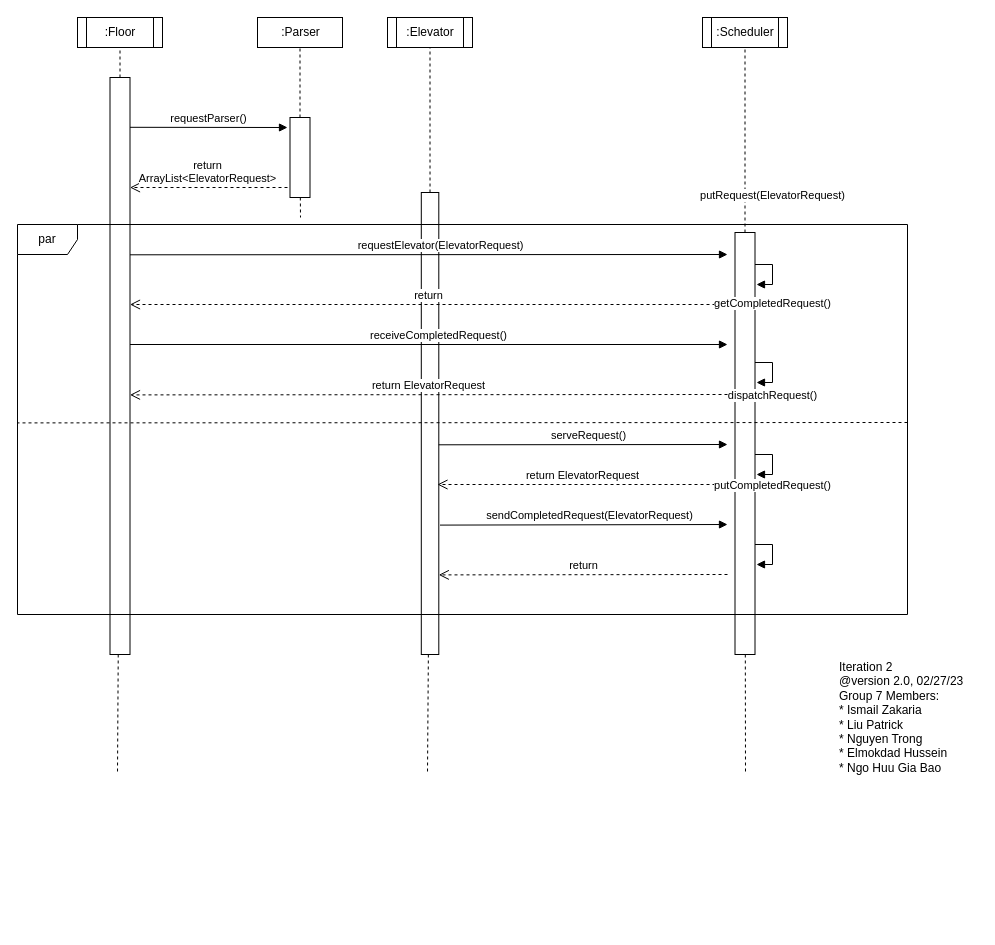
The draw.io diagram page "sequence" (2 of 4) of documentation/P3-UML.drawio in bobbyngo/Elevator-Control-System-And-Simulator, before the edit. Source tidied: cells renumbered, new cells numbered last; positions are measured from the earlier drawing's top-left corner, leaving out a move shared by most shapes. Both pictures are drawn from the tidied source at 100%, with x=0, y=0 at pixel (17, 17).
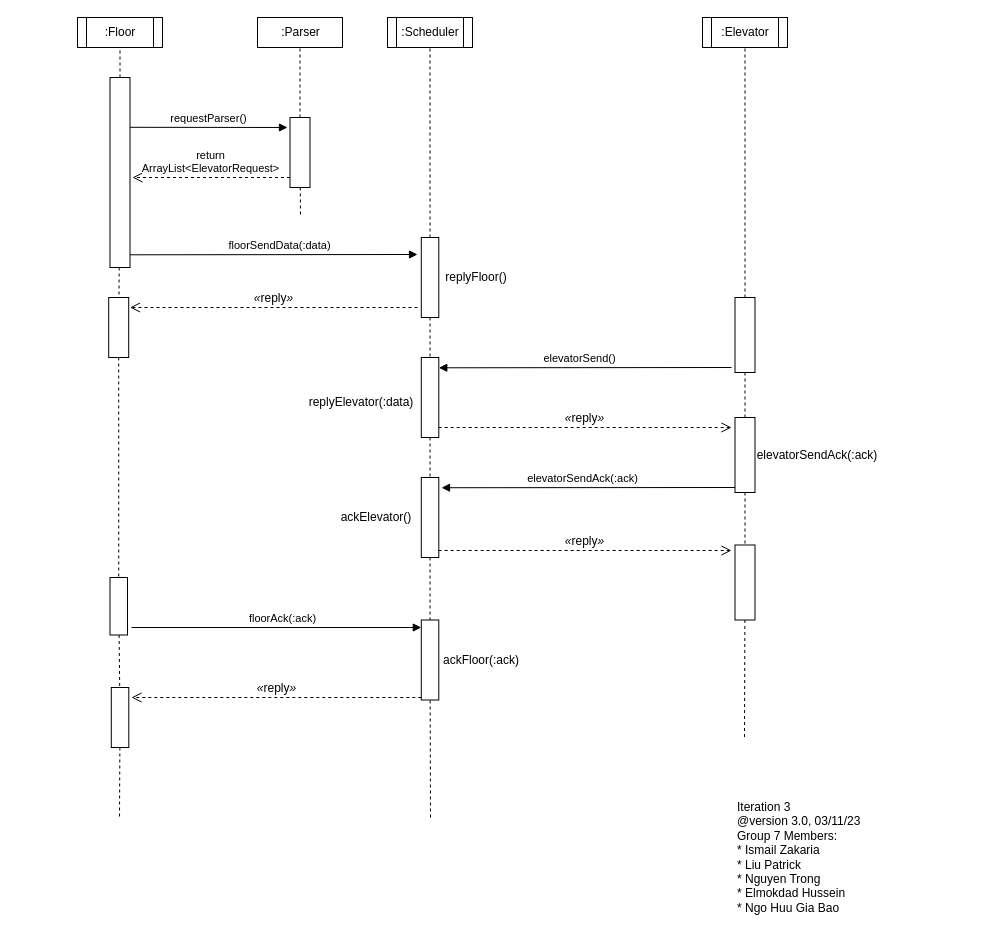
The same diagram, later.

The edit, as a diff of the source:
```diff
@@
     <mxCell id="3" style="rounded=0;whiteSpace=wrap;html=1;" parent="1" vertex="1">
-      <mxGeometry x="717.5" y="215" width="20" height="422" as="geometry" />
+      <mxGeometry x="717.5" y="280" width="20" height="75" as="geometry" />
     </mxCell>
-    <mxCell id="4" style="endArrow=none;dashed=1;html=1;rounded=0;" parent="1" edge="1" source="3">
-      <mxGeometry relative="1" as="geometry">
-        <mxPoint x="728" y="757" as="targetPoint" />
-      </mxGeometry>
+    <mxCell id="4" style="endArrow=none;dashed=1;html=1;rounded=0;" parent="1" edge="1" source="3" target="58">
+      <mxGeometry relative="1" as="geometry" />
     </mxCell>
@@
     <mxCell id="6" style="rounded=0;whiteSpace=wrap;html=1;" parent="1" vertex="1">
-      <mxGeometry x="92.5" y="60" width="20" height="577" as="geometry" />
+      <mxGeometry x="92.5" y="60" width="20" height="190" as="geometry" />
     </mxCell>
-    <mxCell id="7" style="endArrow=none;dashed=1;html=1;rounded=0;" parent="1" edge="1" source="6">
-      <mxGeometry relative="1" as="geometry">
-        <mxPoint x="100" y="757" as="targetPoint" />
-      </mxGeometry>
+    <mxCell id="7" style="endArrow=none;dashed=1;html=1;rounded=0;" parent="1" edge="1" source="6" target="42">
+      <mxGeometry relative="1" as="geometry" />
     </mxCell>
-    <mxCell id="8" value=":Scheduler" style="shape=process;whiteSpace=wrap;html=1;backgroundOutline=1;" parent="1" vertex="1">
+    <mxCell id="8" value=":Elevator" style="shape=process;whiteSpace=wrap;html=1;backgroundOutline=1;" parent="1" vertex="1">
       <mxGeometry x="685" width="85" height="30" as="geometry" />
     </mxCell>
@@
     <mxCell id="11" style="rounded=0;whiteSpace=wrap;html=1;" parent="1" vertex="1">
-      <mxGeometry x="403.8" y="175" width="17.5" height="462" as="geometry" />
+      <mxGeometry x="403.8" y="220" width="17.5" height="80" as="geometry" />
     </mxCell>
-    <mxCell id="12" value=":Elevator" style="shape=process;whiteSpace=wrap;html=1;backgroundOutline=1;" parent="1" vertex="1">
+    <mxCell id="12" value=":Scheduler" style="shape=process;whiteSpace=wrap;html=1;backgroundOutline=1;" parent="1" vertex="1">
       <mxGeometry x="370" width="85" height="30" as="geometry" />
     </mxCell>
-    <mxCell id="13" style="endArrow=none;dashed=1;html=1;rounded=0;" parent="1" edge="1" source="11">
-      <mxGeometry relative="1" as="geometry">
-        <mxPoint x="410" y="757" as="targetPoint" />
-      </mxGeometry>
+    <mxCell id="13" style="endArrow=none;dashed=1;html=1;rounded=0;" parent="1" edge="1" source="11" target="55">
+      <mxGeometry relative="1" as="geometry" />
     </mxCell>
@@
     <mxCell id="15" style="rounded=0;whiteSpace=wrap;html=1;" parent="1" vertex="1">
-      <mxGeometry x="272.5" y="100" width="20" height="80" as="geometry" />
+      <mxGeometry x="272.5" y="100" width="20" height="70" as="geometry" />
     </mxCell>
@@
     <mxCell id="19" value="return&lt;br&gt;ArrayList&amp;lt;ElevatorRequest&amp;gt;" style="html=1;verticalAlign=bottom;endArrow=open;dashed=1;endSize=8;rounded=0;" parent="1" edge="1">
       <mxGeometry x="0.02" relative="1" as="geometry">
-        <mxPoint x="270" y="170" as="sourcePoint" />
-        <mxPoint x="112.5" y="170" as="targetPoint" />
+        <mxPoint x="272.5" y="160" as="sourcePoint" />
+        <mxPoint x="115" y="160" as="targetPoint" />
       </mxGeometry>
     </mxCell>
-    <mxCell id="20" value="receiveCompletedRequest()" style="html=1;verticalAlign=bottom;endArrow=block;rounded=0;" parent="1" edge="1">
-      <mxGeometry x="0.03" relative="1" as="geometry">
-        <mxPoint x="112.5" y="327" as="sourcePoint" />
-        <mxPoint x="710" y="327" as="targetPoint" />
-      </mxGeometry>
-    </mxCell>
-    <mxCell id="21" value="putRequest(ElevatorRequest)" style="html=1;verticalAlign=bottom;endArrow=block;rounded=0;entryX=1.075;entryY=0.143;entryDx=0;entryDy=0;entryPerimeter=0;" parent="1" edge="1">
-      <mxGeometry x="-0.35" y="60" relative="1" as="geometry">
-        <mxPoint x="737.5" y="247" as="sourcePoint" />
-        <mxPoint x="739" y="267" as="targetPoint" />
-        <Array as="points">
-          <mxPoint x="755" y="247" />
-          <mxPoint x="755" y="267" />
-        </Array>
-      </mxGeometry>
-    </mxCell>
-    <mxCell id="22" value="requestElevator(ElevatorRequest)" style="html=1;verticalAlign=bottom;endArrow=block;rounded=0;" parent="1" edge="1">
+    <mxCell id="22" value="floorSendData(:data)" style="html=1;verticalAlign=bottom;endArrow=block;rounded=0;" parent="1" edge="1">
       <mxGeometry x="0.04" relative="1" as="geometry">
         <mxPoint x="112.5" y="237.3" as="sourcePoint" />
-        <mxPoint x="710" y="237" as="targetPoint" />
+        <mxPoint x="400" y="237" as="targetPoint" />
       </mxGeometry>
     </mxCell>
-    <mxCell id="23" value="par" style="shape=umlFrame;whiteSpace=wrap;html=1;" parent="1" vertex="1">
-      <mxGeometry y="207" width="890" height="390" as="geometry" />
-    </mxCell>
-    <mxCell id="24" value="return ElevatorRequest" style="html=1;verticalAlign=bottom;endArrow=open;dashed=1;endSize=8;rounded=0;" parent="1" edge="1">
-      <mxGeometry relative="1" as="geometry">
-        <mxPoint x="710" y="377" as="sourcePoint" />
-        <mxPoint x="112.5" y="377.4" as="targetPoint" />
-      </mxGeometry>
-    </mxCell>
-    <mxCell id="25" value="return" style="html=1;verticalAlign=bottom;endArrow=open;dashed=1;endSize=8;rounded=0;" parent="1" edge="1">
+    <mxCell id="25" value="&lt;i style=&quot;border-color: var(--border-color); font-size: 12px;&quot;&gt;«&lt;/i&gt;&lt;span style=&quot;border-color: var(--border-color); font-size: 12px;&quot;&gt;reply&lt;/span&gt;&lt;i style=&quot;border-color: var(--border-color); font-size: 12px;&quot;&gt;»&lt;/i&gt;" style="html=1;verticalAlign=bottom;endArrow=open;dashed=1;endSize=8;rounded=0;" parent="1" edge="1">
       <mxGeometry relative="1" as="geometry">
-        <mxPoint x="710" y="287" as="sourcePoint" />
-        <mxPoint x="112.5" y="287" as="targetPoint" />
+        <mxPoint x="400" y="290" as="sourcePoint" />
+        <mxPoint x="112.5" y="290" as="targetPoint" />
       </mxGeometry>
     </mxCell>
-    <mxCell id="26" value="getCompletedRequest()" style="html=1;verticalAlign=bottom;endArrow=block;rounded=0;entryX=1.075;entryY=0.143;entryDx=0;entryDy=0;entryPerimeter=0;" parent="1" edge="1">
-      <mxGeometry x="-0.35" y="50" relative="1" as="geometry">
-        <mxPoint x="737.5" y="345" as="sourcePoint" />
-        <mxPoint x="739" y="365" as="targetPoint" />
-        <Array as="points">
-          <mxPoint x="755" y="345" />
-          <mxPoint x="755" y="365" />
-        </Array>
-      </mxGeometry>
-    </mxCell>
-    <mxCell id="27" style="endArrow=none;dashed=1;html=1;rounded=0;" parent="1" edge="1">
-      <mxGeometry relative="1" as="geometry">
-        <mxPoint x="890" y="405" as="sourcePoint" />
-        <mxPoint y="405.4" as="targetPoint" />
-      </mxGeometry>
-    </mxCell>
-    <mxCell id="28" value="serveRequest()" style="html=1;verticalAlign=bottom;endArrow=block;rounded=0;" parent="1" edge="1">
-      <mxGeometry x="0.04" relative="1" as="geometry">
-        <mxPoint x="421.2" y="427.3" as="sourcePoint" />
-        <mxPoint x="710" y="427" as="targetPoint" />
-      </mxGeometry>
-    </mxCell>
-    <mxCell id="29" value="return ElevatorRequest" style="html=1;verticalAlign=bottom;endArrow=open;dashed=1;endSize=8;rounded=0;" parent="1" edge="1">
-      <mxGeometry relative="1" as="geometry">
-        <mxPoint x="710" y="467" as="sourcePoint" />
-        <mxPoint x="420" y="467" as="targetPoint" />
-      </mxGeometry>
-    </mxCell>
-    <mxCell id="30" value="sendCompletedRequest(ElevatorRequest)" style="html=1;verticalAlign=bottom;endArrow=block;rounded=0;" parent="1" edge="1">
-      <mxGeometry x="0.04" relative="1" as="geometry">
-        <mxPoint x="422.5" y="507.6" as="sourcePoint" />
-        <mxPoint x="710" y="507" as="targetPoint" />
-      </mxGeometry>
-    </mxCell>
-    <mxCell id="31" value="return" style="html=1;verticalAlign=bottom;endArrow=open;dashed=1;endSize=8;rounded=0;" parent="1" edge="1">
-      <mxGeometry relative="1" as="geometry">
-        <mxPoint x="710" y="557" as="sourcePoint" />
-        <mxPoint x="421.3" y="557.4" as="targetPoint" />
-      </mxGeometry>
-    </mxCell>
-    <mxCell id="32" value="dispatchRequest()" style="html=1;verticalAlign=bottom;endArrow=block;rounded=0;entryX=1.075;entryY=0.143;entryDx=0;entryDy=0;entryPerimeter=0;" parent="1" edge="1">
-      <mxGeometry x="-0.35" y="50" relative="1" as="geometry">
-        <mxPoint x="737.5" y="437" as="sourcePoint" />
-        <mxPoint x="739" y="457" as="targetPoint" />
-        <Array as="points">
-          <mxPoint x="755" y="437" />
-          <mxPoint x="755" y="457" />
-        </Array>
-      </mxGeometry>
-    </mxCell>
-    <mxCell id="33" value="putCompletedRequest()" style="html=1;verticalAlign=bottom;endArrow=block;rounded=0;entryX=1.075;entryY=0.143;entryDx=0;entryDy=0;entryPerimeter=0;" parent="1" edge="1">
-      <mxGeometry x="-0.35" y="50" relative="1" as="geometry">
-        <mxPoint x="737.5" y="527" as="sourcePoint" />
-        <mxPoint x="739" y="547" as="targetPoint" />
-        <Array as="points">
-          <mxPoint x="755" y="527" />
-          <mxPoint x="755" y="547" />
-        </Array>
-      </mxGeometry>
-    </mxCell>
-    <mxCell id="34" value="&lt;div&gt;Iteration 2&amp;nbsp;&lt;/div&gt;&lt;div&gt;@version 2.0, 02/27/23&lt;/div&gt;&lt;div&gt;Group 7 Members:&lt;/div&gt;&lt;div&gt;* Ismail Zakaria&lt;/div&gt;&lt;div&gt;* Liu Patrick&lt;/div&gt;&lt;div&gt;* Nguyen Trong&lt;/div&gt;&lt;div&gt;* Elmokdad Hussein&lt;/div&gt;&lt;div&gt;* Ngo Huu Gia Bao&lt;/div&gt;" style="text;html=1;strokeColor=none;fillColor=none;align=left;verticalAlign=middle;whiteSpace=wrap;rounded=0;" parent="1" vertex="1">
-      <mxGeometry x="820" y="630" width="140" height="140" as="geometry" />
-    </mxCell>
+    <mxCell id="35" value="&lt;div&gt;Iteration 3&amp;nbsp;&lt;/div&gt;&lt;div&gt;@version 3.0, 03/11/23&lt;/div&gt;&lt;div&gt;Group 7 Members:&lt;/div&gt;&lt;div&gt;* Ismail Zakaria&lt;/div&gt;&lt;div&gt;* Liu Patrick&lt;/div&gt;&lt;div&gt;* Nguyen Trong&lt;/div&gt;&lt;div&gt;* Elmokdad Hussein&lt;/div&gt;&lt;div&gt;* Ngo Huu Gia Bao&lt;/div&gt;" style="text;html=1;strokeColor=none;fillColor=none;align=left;verticalAlign=middle;whiteSpace=wrap;rounded=0;" parent="1" vertex="1">
+      <mxGeometry x="717.5" y="770" width="140" height="140" as="geometry" />
+    </mxCell>
+    <mxCell id="36" value="floorAck(:ack)" style="html=1;verticalAlign=bottom;endArrow=block;rounded=0;" parent="1" edge="1">
+      <mxGeometry x="0.04" relative="1" as="geometry">
+        <mxPoint x="114" y="610" as="sourcePoint" />
+        <mxPoint x="403.8" y="610" as="targetPoint" />
+      </mxGeometry>
+    </mxCell>
+    <mxCell id="37" value="&lt;i style=&quot;border-color: var(--border-color); font-size: 12px;&quot;&gt;«&lt;/i&gt;&lt;span style=&quot;border-color: var(--border-color); font-size: 12px;&quot;&gt;reply&lt;/span&gt;&lt;i style=&quot;border-color: var(--border-color); font-size: 12px;&quot;&gt;»&lt;/i&gt;" style="html=1;verticalAlign=bottom;endArrow=open;dashed=1;endSize=8;rounded=0;" parent="1" edge="1">
+      <mxGeometry relative="1" as="geometry">
+        <mxPoint x="403.8" y="680" as="sourcePoint" />
+        <mxPoint x="114" y="680" as="targetPoint" />
+      </mxGeometry>
+    </mxCell>
+    <mxCell id="38" value="elevatorSend()" style="html=1;verticalAlign=bottom;endArrow=block;rounded=0;" parent="1" edge="1">
+      <mxGeometry x="0.04" relative="1" as="geometry">
+        <mxPoint x="714" y="350" as="sourcePoint" />
+        <mxPoint x="421.3" y="350.3" as="targetPoint" />
+      </mxGeometry>
+    </mxCell>
+    <mxCell id="39" value="&lt;i style=&quot;border-color: var(--border-color); font-size: 12px;&quot;&gt;«&lt;/i&gt;&lt;span style=&quot;border-color: var(--border-color); font-size: 12px;&quot;&gt;reply&lt;/span&gt;&lt;i style=&quot;border-color: var(--border-color); font-size: 12px;&quot;&gt;»&lt;/i&gt;" style="html=1;verticalAlign=bottom;endArrow=open;dashed=1;endSize=8;rounded=0;" parent="1" edge="1">
+      <mxGeometry relative="1" as="geometry">
+        <mxPoint x="421.2" y="410" as="sourcePoint" />
+        <mxPoint x="714" y="410" as="targetPoint" />
+      </mxGeometry>
+    </mxCell>
+    <mxCell id="40" value="elevatorSendAck(:ack)" style="html=1;verticalAlign=bottom;endArrow=block;rounded=0;entryX=1.157;entryY=0.128;entryDx=0;entryDy=0;entryPerimeter=0;" parent="1" edge="1" target="56">
+      <mxGeometry x="0.04" relative="1" as="geometry">
+        <mxPoint x="717.5" y="470" as="sourcePoint" />
+      </mxGeometry>
+    </mxCell>
+    <mxCell id="41" value="&lt;i style=&quot;border-color: var(--border-color); font-size: 12px;&quot;&gt;«&lt;/i&gt;&lt;span style=&quot;border-color: var(--border-color); font-size: 12px;&quot;&gt;reply&lt;/span&gt;&lt;i style=&quot;border-color: var(--border-color); font-size: 12px;&quot;&gt;»&lt;/i&gt;" style="html=1;verticalAlign=bottom;endArrow=open;dashed=1;endSize=8;rounded=0;" parent="1" edge="1">
+      <mxGeometry relative="1" as="geometry">
+        <mxPoint x="421.2" y="533" as="sourcePoint" />
+        <mxPoint x="714" y="533" as="targetPoint" />
+      </mxGeometry>
+    </mxCell>
+    <mxCell id="42" style="rounded=0;whiteSpace=wrap;html=1;" parent="1" vertex="1">
+      <mxGeometry x="91.2" y="280" width="20" height="60" as="geometry" />
+    </mxCell>
+    <mxCell id="43" value="replyFloor()" style="text;html=1;strokeColor=none;fillColor=none;align=center;verticalAlign=middle;whiteSpace=wrap;rounded=0;" parent="1" vertex="1">
+      <mxGeometry x="429" y="245" width="60" height="30" as="geometry" />
+    </mxCell>
+    <mxCell id="44" value="replyElevator(:data)" style="text;html=1;strokeColor=none;fillColor=none;align=center;verticalAlign=middle;whiteSpace=wrap;rounded=0;" parent="1" vertex="1">
+      <mxGeometry x="314" y="370" width="60" height="30" as="geometry" />
+    </mxCell>
+    <mxCell id="45" value="ackElevator()" style="text;html=1;strokeColor=none;fillColor=none;align=center;verticalAlign=middle;whiteSpace=wrap;rounded=0;" parent="1" vertex="1">
+      <mxGeometry x="328.8" y="485" width="60" height="30" as="geometry" />
+    </mxCell>
+    <mxCell id="46" value="ackFloor(:ack)" style="text;html=1;strokeColor=none;fillColor=none;align=center;verticalAlign=middle;whiteSpace=wrap;rounded=0;" parent="1" vertex="1">
+      <mxGeometry x="434" y="627.5" width="60" height="30" as="geometry" />
+    </mxCell>
+    <mxCell id="47" style="rounded=0;whiteSpace=wrap;html=1;" parent="1" vertex="1">
+      <mxGeometry x="92.5" y="560" width="17.5" height="57.5" as="geometry" />
+    </mxCell>
+    <mxCell id="48" style="endArrow=none;dashed=1;html=1;rounded=0;" parent="1" edge="1" source="42" target="47">
+      <mxGeometry relative="1" as="geometry" />
+    </mxCell>
+    <mxCell id="49" style="endArrow=none;dashed=1;html=1;rounded=0;" parent="1" edge="1" source="47" target="54">
+      <mxGeometry relative="1" as="geometry" />
+    </mxCell>
+    <mxCell id="50" style="endArrow=none;dashed=1;html=1;rounded=0;" parent="1" edge="1" source="57">
+      <mxGeometry relative="1" as="geometry">
+        <mxPoint x="727" y="720" as="targetPoint" />
+      </mxGeometry>
+    </mxCell>
+    <mxCell id="51" style="endArrow=none;dashed=1;html=1;rounded=0;" parent="1" edge="1" source="56" target="60">
+      <mxGeometry relative="1" as="geometry" />
+    </mxCell>
+    <mxCell id="52" style="endArrow=none;dashed=1;html=1;rounded=0;" parent="1" edge="1" source="54">
+      <mxGeometry relative="1" as="geometry">
+        <mxPoint x="102" y="800" as="targetPoint" />
+      </mxGeometry>
+    </mxCell>
+    <mxCell id="53" style="endArrow=none;dashed=1;html=1;rounded=0;" parent="1" edge="1" source="55" target="56">
+      <mxGeometry relative="1" as="geometry" />
+    </mxCell>
+    <mxCell id="54" style="rounded=0;whiteSpace=wrap;html=1;" parent="1" vertex="1">
+      <mxGeometry x="93.8" y="670" width="17.5" height="60" as="geometry" />
+    </mxCell>
+    <mxCell id="55" style="rounded=0;whiteSpace=wrap;html=1;" parent="1" vertex="1">
+      <mxGeometry x="403.8" y="340" width="17.5" height="80" as="geometry" />
+    </mxCell>
+    <mxCell id="56" style="rounded=0;whiteSpace=wrap;html=1;" parent="1" vertex="1">
+      <mxGeometry x="403.8" y="460" width="17.5" height="80" as="geometry" />
+    </mxCell>
+    <mxCell id="57" style="rounded=0;whiteSpace=wrap;html=1;" parent="1" vertex="1">
+      <mxGeometry x="717.5" y="527.5" width="20" height="75" as="geometry" />
+    </mxCell>
+    <mxCell id="58" style="rounded=0;whiteSpace=wrap;html=1;" parent="1" vertex="1">
+      <mxGeometry x="717.5" y="400" width="20" height="75" as="geometry" />
+    </mxCell>
+    <mxCell id="59" style="endArrow=none;dashed=1;html=1;rounded=0;" parent="1" edge="1" source="58" target="57">
+      <mxGeometry relative="1" as="geometry" />
+    </mxCell>
+    <mxCell id="60" style="rounded=0;whiteSpace=wrap;html=1;" parent="1" vertex="1">
+      <mxGeometry x="403.8" y="602.5" width="17.5" height="80" as="geometry" />
+    </mxCell>
+    <mxCell id="61" style="endArrow=none;dashed=1;html=1;rounded=0;" parent="1" edge="1" target="60">
+      <mxGeometry relative="1" as="geometry">
+        <mxPoint x="413" y="800" as="sourcePoint" />
+      </mxGeometry>
+    </mxCell>
+    <mxCell id="62" value="elevatorSendAck(:ack)" style="text;html=1;strokeColor=none;fillColor=none;align=center;verticalAlign=middle;whiteSpace=wrap;rounded=0;" parent="1" vertex="1">
+      <mxGeometry x="770" y="422.5" width="60" height="30" as="geometry" />
+    </mxCell>
```
